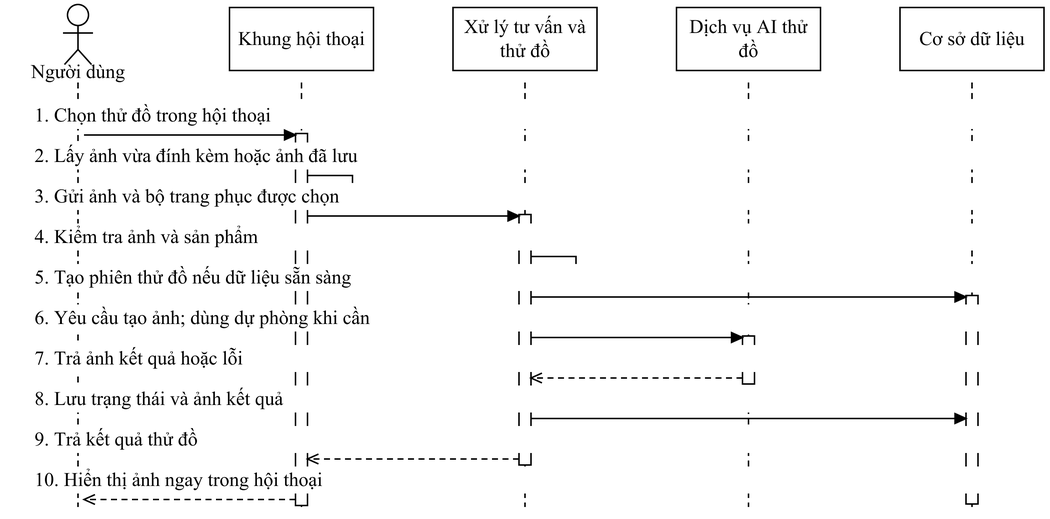
Earlier version of the draw.io export docs/do-an-LSOUL/So-do-LSOUL-rut-gon/anh-png/SEQ-22.png (Loccao102/BanHang). Source tidied: cells renumbered, new cells last; positions are measured from the earlier drawing's top-left corner, leaving out a move shared by most shapes.
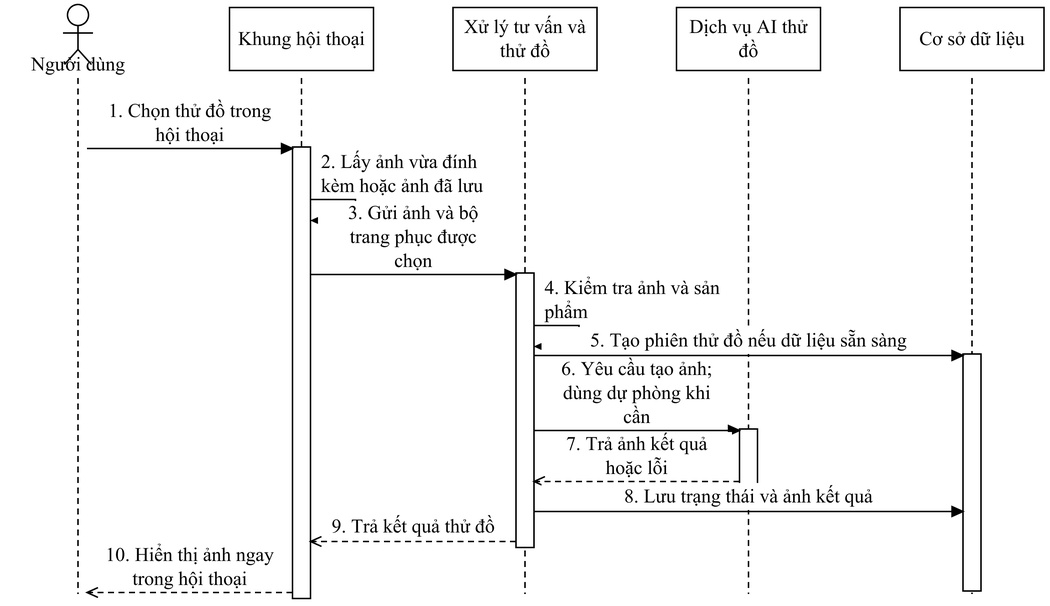
The same file after the commit.

Diff of the diagram source:
```diff
@@ -4,142 +4,142 @@
     <mxCell id="1" parent="0" />
     <mxCell id="2" style="fontFamily=Times New Roman;fontSize=13;fontColor=#000000;strokeColor=#000000;strokeWidth=1;fillColor=#FFFFFF;shadow=0;rounded=0;html=0;whiteSpace=wrap;spacing=5;endArrow=none;endFill=1;startArrow=none;dashed=1;dashPattern=4 3;" parent="1" edge="1">
       <mxGeometry relative="1" as="geometry">
-        <mxPoint x="48" y="52" as="sourcePoint" />
-        <mxPoint x="48" y="335" as="targetPoint" />
+        <mxPoint x="48" y="49" as="sourcePoint" />
+        <mxPoint x="48" y="393" as="targetPoint" />
       </mxGeometry>
     </mxCell>
     <mxCell id="3" style="fontFamily=Times New Roman;fontSize=13;fontColor=#000000;strokeColor=#000000;strokeWidth=1;fillColor=#FFFFFF;shadow=0;rounded=0;html=0;whiteSpace=wrap;spacing=5;endArrow=none;endFill=1;startArrow=none;dashed=1;dashPattern=4 3;" parent="1" edge="1">
       <mxGeometry relative="1" as="geometry">
-        <mxPoint x="197" y="52" as="sourcePoint" />
-        <mxPoint x="197" y="335" as="targetPoint" />
+        <mxPoint x="197" y="49" as="sourcePoint" />
+        <mxPoint x="197" y="393" as="targetPoint" />
       </mxGeometry>
     </mxCell>
     <mxCell id="4" style="fontFamily=Times New Roman;fontSize=13;fontColor=#000000;strokeColor=#000000;strokeWidth=1;fillColor=#FFFFFF;shadow=0;rounded=0;html=0;whiteSpace=wrap;spacing=5;endArrow=none;endFill=1;startArrow=none;dashed=1;dashPattern=4 3;" parent="1" edge="1">
       <mxGeometry relative="1" as="geometry">
-        <mxPoint x="346" y="52" as="sourcePoint" />
-        <mxPoint x="346" y="335" as="targetPoint" />
+        <mxPoint x="346" y="49" as="sourcePoint" />
+        <mxPoint x="346" y="393" as="targetPoint" />
       </mxGeometry>
     </mxCell>
     <mxCell id="5" style="fontFamily=Times New Roman;fontSize=13;fontColor=#000000;strokeColor=#000000;strokeWidth=1;fillColor=#FFFFFF;shadow=0;rounded=0;html=0;whiteSpace=wrap;spacing=5;endArrow=none;endFill=1;startArrow=none;dashed=1;dashPattern=4 3;" parent="1" edge="1">
       <mxGeometry relative="1" as="geometry">
-        <mxPoint x="495" y="52" as="sourcePoint" />
-        <mxPoint x="495" y="335" as="targetPoint" />
+        <mxPoint x="495" y="49" as="sourcePoint" />
+        <mxPoint x="495" y="393" as="targetPoint" />
       </mxGeometry>
     </mxCell>
     <mxCell id="6" style="fontFamily=Times New Roman;fontSize=13;fontColor=#000000;strokeColor=#000000;strokeWidth=1;fillColor=#FFFFFF;shadow=0;rounded=0;html=0;whiteSpace=wrap;spacing=5;endArrow=none;endFill=1;startArrow=none;dashed=1;dashPattern=4 3;" parent="1" edge="1">
       <mxGeometry relative="1" as="geometry">
-        <mxPoint x="644" y="52" as="sourcePoint" />
-        <mxPoint x="644" y="335" as="targetPoint" />
+        <mxPoint x="644" y="49" as="sourcePoint" />
+        <mxPoint x="644" y="393" as="targetPoint" />
       </mxGeometry>
     </mxCell>
     <mxCell id="7" style="fontFamily=Times New Roman;fontSize=13;fontColor=#000000;strokeColor=#000000;strokeWidth=1;fillColor=#FFFFFF;shadow=0;rounded=0;html=0;whiteSpace=wrap;spacing=5;align=center;verticalAlign=middle;" parent="1" vertex="1">
-      <mxGeometry x="491" y="221" width="8" height="32" as="geometry" />
+      <mxGeometry x="489" y="283" width="12" height="39" as="geometry" />
     </mxCell>
     <mxCell id="8" style="fontFamily=Times New Roman;fontSize=13;fontColor=#000000;strokeColor=#000000;strokeWidth=1;fillColor=#FFFFFF;shadow=0;rounded=0;html=0;whiteSpace=wrap;spacing=5;align=center;verticalAlign=middle;" parent="1" vertex="1">
-      <mxGeometry x="342" y="140" width="8" height="167" as="geometry" />
+      <mxGeometry x="340" y="179" width="12" height="183" as="geometry" />
     </mxCell>
     <mxCell id="9" style="fontFamily=Times New Roman;fontSize=13;fontColor=#000000;strokeColor=#000000;strokeWidth=1;fillColor=#FFFFFF;shadow=0;rounded=0;html=0;whiteSpace=wrap;spacing=5;align=center;verticalAlign=middle;" parent="1" vertex="1">
-      <mxGeometry x="193" y="86" width="8" height="248" as="geometry" />
+      <mxGeometry x="191" y="95" width="12" height="301" as="geometry" />
     </mxCell>
     <mxCell id="10" style="fontFamily=Times New Roman;fontSize=13;fontColor=#000000;strokeColor=#000000;strokeWidth=1;fillColor=#FFFFFF;shadow=0;rounded=0;html=0;whiteSpace=wrap;spacing=5;align=center;verticalAlign=middle;" parent="1" vertex="1">
-      <mxGeometry x="640" y="194" width="8" height="139" as="geometry" />
+      <mxGeometry x="638" y="233" width="12" height="158" as="geometry" />
     </mxCell>
-    <mxCell id="11" value="1. Chọn thử đồ trong hội thoại" style="fontFamily=Times New Roman;fontSize=13;fontColor=#000000;strokeColor=#000000;strokeWidth=1;fillColor=#FFFFFF;shadow=0;rounded=0;html=0;whiteSpace=wrap;spacing=5;text;strokeColor=none;fillColor=none;align=left;verticalAlign=middle;fillColor=#FFFFFF;" parent="1" vertex="1">
-      <mxGeometry x="14" y="65" width="664" height="18" as="geometry" />
+    <mxCell id="11" value="1. Chọn thử đồ trong&#10;hội thoại" style="fontFamily=Times New Roman;fontSize=13;fontColor=#000000;strokeColor=#000000;strokeWidth=1;fillColor=#FFFFFF;shadow=0;rounded=0;html=0;whiteSpace=wrap;spacing=5;text;strokeColor=none;fillColor=none;align=center;verticalAlign=middle;fillColor=#FFFFFF;" parent="1" vertex="1">
+      <mxGeometry x="59" y="63" width="127" height="32" as="geometry" />
     </mxCell>
     <mxCell id="12" style="fontFamily=Times New Roman;fontSize=13;fontColor=#000000;strokeColor=#000000;strokeWidth=1;fillColor=#FFFFFF;shadow=0;rounded=0;html=0;whiteSpace=wrap;spacing=5;endArrow=block;endFill=1;startArrow=none;" parent="1" edge="1">
       <mxGeometry relative="1" as="geometry">
-        <mxPoint x="52" y="87" as="sourcePoint" />
-        <mxPoint x="193" y="87" as="targetPoint" />
+        <mxPoint x="54" y="96" as="sourcePoint" />
+        <mxPoint x="191" y="96" as="targetPoint" />
       </mxGeometry>
     </mxCell>
-    <mxCell id="13" value="2. Lấy ảnh vừa đính kèm hoặc ảnh đã lưu" style="fontFamily=Times New Roman;fontSize=13;fontColor=#000000;strokeColor=#000000;strokeWidth=1;fillColor=#FFFFFF;shadow=0;rounded=0;html=0;whiteSpace=wrap;spacing=5;text;strokeColor=none;fillColor=none;align=left;verticalAlign=middle;fillColor=#FFFFFF;" parent="1" vertex="1">
-      <mxGeometry x="14" y="92" width="664" height="18" as="geometry" />
+    <mxCell id="13" value="2. Lấy ảnh vừa đính&#10;kèm hoặc ảnh đã lưu" style="fontFamily=Times New Roman;fontSize=13;fontColor=#000000;strokeColor=#000000;strokeWidth=1;fillColor=#FFFFFF;shadow=0;rounded=0;html=0;whiteSpace=wrap;spacing=5;text;strokeColor=none;fillColor=none;align=left;verticalAlign=middle;fillColor=#FFFFFF;" parent="1" vertex="1">
+      <mxGeometry x="205" y="97" width="136" height="32" as="geometry" />
     </mxCell>
     <mxCell id="14" style="fontFamily=Times New Roman;fontSize=13;fontColor=#000000;strokeColor=#000000;strokeWidth=1;fillColor=#FFFFFF;shadow=0;rounded=0;html=0;whiteSpace=wrap;spacing=5;endArrow=block;endFill=1;startArrow=none;" parent="1" edge="1">
       <mxGeometry relative="1" as="geometry">
-        <mxPoint x="201" y="114" as="sourcePoint" />
-        <mxPoint x="202" y="126" as="targetPoint" />
+        <mxPoint x="203" y="130" as="sourcePoint" />
+        <mxPoint x="204" y="144" as="targetPoint" />
         <Array as="points">
-          <mxPoint x="231" y="114" />
-          <mxPoint x="231" y="126" />
+          <mxPoint x="233" y="130" />
+          <mxPoint x="233" y="144" />
         </Array>
       </mxGeometry>
     </mxCell>
-    <mxCell id="15" value="3. Gửi ảnh và bộ trang phục được chọn" style="fontFamily=Times New Roman;fontSize=13;fontColor=#000000;strokeColor=#000000;strokeWidth=1;fillColor=#FFFFFF;shadow=0;rounded=0;html=0;whiteSpace=wrap;spacing=5;text;strokeColor=none;fillColor=none;align=left;verticalAlign=middle;fillColor=#FFFFFF;" parent="1" vertex="1">
-      <mxGeometry x="14" y="119" width="664" height="18" as="geometry" />
+    <mxCell id="15" value="3. Gửi ảnh và bộ&#10;trang phục được&#10;chọn" style="fontFamily=Times New Roman;fontSize=13;fontColor=#000000;strokeColor=#000000;strokeWidth=1;fillColor=#FFFFFF;shadow=0;rounded=0;html=0;whiteSpace=wrap;spacing=5;text;strokeColor=none;fillColor=none;align=center;verticalAlign=middle;fillColor=#FFFFFF;" parent="1" vertex="1">
+      <mxGeometry x="208" y="131" width="127" height="48" as="geometry" />
     </mxCell>
     <mxCell id="16" style="fontFamily=Times New Roman;fontSize=13;fontColor=#000000;strokeColor=#000000;strokeWidth=1;fillColor=#FFFFFF;shadow=0;rounded=0;html=0;whiteSpace=wrap;spacing=5;endArrow=block;endFill=1;startArrow=none;" parent="1" edge="1">
       <mxGeometry relative="1" as="geometry">
-        <mxPoint x="201" y="141" as="sourcePoint" />
-        <mxPoint x="342" y="141" as="targetPoint" />
+        <mxPoint x="203" y="180" as="sourcePoint" />
+        <mxPoint x="340" y="180" as="targetPoint" />
       </mxGeometry>
     </mxCell>
-    <mxCell id="17" value="4. Kiểm tra ảnh và sản phẩm" style="fontFamily=Times New Roman;fontSize=13;fontColor=#000000;strokeColor=#000000;strokeWidth=1;fillColor=#FFFFFF;shadow=0;rounded=0;html=0;whiteSpace=wrap;spacing=5;text;strokeColor=none;fillColor=none;align=left;verticalAlign=middle;fillColor=#FFFFFF;" parent="1" vertex="1">
-      <mxGeometry x="14" y="146" width="664" height="18" as="geometry" />
+    <mxCell id="17" value="4. Kiểm tra ảnh và sản&#10;phẩm" style="fontFamily=Times New Roman;fontSize=13;fontColor=#000000;strokeColor=#000000;strokeWidth=1;fillColor=#FFFFFF;shadow=0;rounded=0;html=0;whiteSpace=wrap;spacing=5;text;strokeColor=none;fillColor=none;align=left;verticalAlign=middle;fillColor=#FFFFFF;" parent="1" vertex="1">
+      <mxGeometry x="354" y="181" width="136" height="32" as="geometry" />
     </mxCell>
     <mxCell id="18" style="fontFamily=Times New Roman;fontSize=13;fontColor=#000000;strokeColor=#000000;strokeWidth=1;fillColor=#FFFFFF;shadow=0;rounded=0;html=0;whiteSpace=wrap;spacing=5;endArrow=block;endFill=1;startArrow=none;" parent="1" edge="1">
       <mxGeometry relative="1" as="geometry">
-        <mxPoint x="350" y="168" as="sourcePoint" />
-        <mxPoint x="351" y="180" as="targetPoint" />
+        <mxPoint x="352" y="214" as="sourcePoint" />
+        <mxPoint x="353" y="228" as="targetPoint" />
         <Array as="points">
-          <mxPoint x="380" y="168" />
-          <mxPoint x="380" y="180" />
+          <mxPoint x="382" y="214" />
+          <mxPoint x="382" y="228" />
         </Array>
       </mxGeometry>
     </mxCell>
-    <mxCell id="19" value="5. Tạo phiên thử đồ nếu dữ liệu sẵn sàng" style="fontFamily=Times New Roman;fontSize=13;fontColor=#000000;strokeColor=#000000;strokeWidth=1;fillColor=#FFFFFF;shadow=0;rounded=0;html=0;whiteSpace=wrap;spacing=5;text;strokeColor=none;fillColor=none;align=left;verticalAlign=middle;fillColor=#FFFFFF;" parent="1" vertex="1">
-      <mxGeometry x="14" y="173" width="664" height="18" as="geometry" />
+    <mxCell id="19" value="5. Tạo phiên thử đồ nếu dữ liệu sẵn sàng" style="fontFamily=Times New Roman;fontSize=13;fontColor=#000000;strokeColor=#000000;strokeWidth=1;fillColor=#FFFFFF;shadow=0;rounded=0;html=0;whiteSpace=wrap;spacing=5;text;strokeColor=none;fillColor=none;align=center;verticalAlign=middle;fillColor=#FFFFFF;" parent="1" vertex="1">
+      <mxGeometry x="357" y="215" width="276" height="18" as="geometry" />
     </mxCell>
     <mxCell id="20" style="fontFamily=Times New Roman;fontSize=13;fontColor=#000000;strokeColor=#000000;strokeWidth=1;fillColor=#FFFFFF;shadow=0;rounded=0;html=0;whiteSpace=wrap;spacing=5;endArrow=block;endFill=1;startArrow=none;" parent="1" edge="1">
       <mxGeometry relative="1" as="geometry">
-        <mxPoint x="350" y="195" as="sourcePoint" />
-        <mxPoint x="640" y="195" as="targetPoint" />
+        <mxPoint x="352" y="234" as="sourcePoint" />
+        <mxPoint x="638" y="234" as="targetPoint" />
       </mxGeometry>
     </mxCell>
-    <mxCell id="21" value="6. Yêu cầu tạo ảnh; dùng dự phòng khi cần" style="fontFamily=Times New Roman;fontSize=13;fontColor=#000000;strokeColor=#000000;strokeWidth=1;fillColor=#FFFFFF;shadow=0;rounded=0;html=0;whiteSpace=wrap;spacing=5;text;strokeColor=none;fillColor=none;align=left;verticalAlign=middle;fillColor=#FFFFFF;" parent="1" vertex="1">
-      <mxGeometry x="14" y="200" width="664" height="18" as="geometry" />
+    <mxCell id="21" value="6. Yêu cầu tạo ảnh;&#10;dùng dự phòng khi&#10;cần" style="fontFamily=Times New Roman;fontSize=13;fontColor=#000000;strokeColor=#000000;strokeWidth=1;fillColor=#FFFFFF;shadow=0;rounded=0;html=0;whiteSpace=wrap;spacing=5;text;strokeColor=none;fillColor=none;align=center;verticalAlign=middle;fillColor=#FFFFFF;" parent="1" vertex="1">
+      <mxGeometry x="357" y="235" width="127" height="48" as="geometry" />
     </mxCell>
     <mxCell id="22" style="fontFamily=Times New Roman;fontSize=13;fontColor=#000000;strokeColor=#000000;strokeWidth=1;fillColor=#FFFFFF;shadow=0;rounded=0;html=0;whiteSpace=wrap;spacing=5;endArrow=block;endFill=1;startArrow=none;" parent="1" edge="1">
       <mxGeometry relative="1" as="geometry">
-        <mxPoint x="350" y="222" as="sourcePoint" />
-        <mxPoint x="491" y="222" as="targetPoint" />
+        <mxPoint x="352" y="284" as="sourcePoint" />
+        <mxPoint x="489" y="284" as="targetPoint" />
       </mxGeometry>
     </mxCell>
-    <mxCell id="23" value="7. Trả ảnh kết quả hoặc lỗi" style="fontFamily=Times New Roman;fontSize=13;fontColor=#000000;strokeColor=#000000;strokeWidth=1;fillColor=#FFFFFF;shadow=0;rounded=0;html=0;whiteSpace=wrap;spacing=5;text;strokeColor=none;fillColor=none;align=left;verticalAlign=middle;fillColor=#FFFFFF;" parent="1" vertex="1">
-      <mxGeometry x="14" y="227" width="664" height="18" as="geometry" />
+    <mxCell id="23" value="7. Trả ảnh kết quả&#10;hoặc lỗi" style="fontFamily=Times New Roman;fontSize=13;fontColor=#000000;strokeColor=#000000;strokeWidth=1;fillColor=#FFFFFF;shadow=0;rounded=0;html=0;whiteSpace=wrap;spacing=5;text;strokeColor=none;fillColor=none;align=center;verticalAlign=middle;fillColor=#FFFFFF;" parent="1" vertex="1">
+      <mxGeometry x="357" y="285" width="127" height="32" as="geometry" />
     </mxCell>
     <mxCell id="24" style="fontFamily=Times New Roman;fontSize=13;fontColor=#000000;strokeColor=#000000;strokeWidth=1;fillColor=#FFFFFF;shadow=0;rounded=0;html=0;whiteSpace=wrap;spacing=5;endArrow=open;endFill=1;startArrow=none;dashed=1;dashPattern=4 3;" parent="1" edge="1">
       <mxGeometry relative="1" as="geometry">
-        <mxPoint x="491" y="249" as="sourcePoint" />
-        <mxPoint x="350" y="249" as="targetPoint" />
+        <mxPoint x="489" y="318" as="sourcePoint" />
+        <mxPoint x="352" y="318" as="targetPoint" />
       </mxGeometry>
     </mxCell>
-    <mxCell id="25" value="8. Lưu trạng thái và ảnh kết quả" style="fontFamily=Times New Roman;fontSize=13;fontColor=#000000;strokeColor=#000000;strokeWidth=1;fillColor=#FFFFFF;shadow=0;rounded=0;html=0;whiteSpace=wrap;spacing=5;text;strokeColor=none;fillColor=none;align=left;verticalAlign=middle;fillColor=#FFFFFF;" parent="1" vertex="1">
-      <mxGeometry x="14" y="254" width="664" height="18" as="geometry" />
+    <mxCell id="25" value="8. Lưu trạng thái và ảnh kết quả" style="fontFamily=Times New Roman;fontSize=13;fontColor=#000000;strokeColor=#000000;strokeWidth=1;fillColor=#FFFFFF;shadow=0;rounded=0;html=0;whiteSpace=wrap;spacing=5;text;strokeColor=none;fillColor=none;align=center;verticalAlign=middle;fillColor=#FFFFFF;" parent="1" vertex="1">
+      <mxGeometry x="357" y="319" width="276" height="18" as="geometry" />
     </mxCell>
     <mxCell id="26" style="fontFamily=Times New Roman;fontSize=13;fontColor=#000000;strokeColor=#000000;strokeWidth=1;fillColor=#FFFFFF;shadow=0;rounded=0;html=0;whiteSpace=wrap;spacing=5;endArrow=block;endFill=1;startArrow=none;" parent="1" edge="1">
       <mxGeometry relative="1" as="geometry">
-        <mxPoint x="350" y="276" as="sourcePoint" />
-        <mxPoint x="640" y="276" as="targetPoint" />
+        <mxPoint x="352" y="338" as="sourcePoint" />
+        <mxPoint x="638" y="338" as="targetPoint" />
       </mxGeometry>
     </mxCell>
-    <mxCell id="27" value="9. Trả kết quả thử đồ" style="fontFamily=Times New Roman;fontSize=13;fontColor=#000000;strokeColor=#000000;strokeWidth=1;fillColor=#FFFFFF;shadow=0;rounded=0;html=0;whiteSpace=wrap;spacing=5;text;strokeColor=none;fillColor=none;align=left;verticalAlign=middle;fillColor=#FFFFFF;" parent="1" vertex="1">
-      <mxGeometry x="14" y="281" width="664" height="18" as="geometry" />
+    <mxCell id="27" value="9. Trả kết quả thử đồ" style="fontFamily=Times New Roman;fontSize=13;fontColor=#000000;strokeColor=#000000;strokeWidth=1;fillColor=#FFFFFF;shadow=0;rounded=0;html=0;whiteSpace=wrap;spacing=5;text;strokeColor=none;fillColor=none;align=center;verticalAlign=middle;fillColor=#FFFFFF;" parent="1" vertex="1">
+      <mxGeometry x="208" y="339" width="127" height="18" as="geometry" />
     </mxCell>
     <mxCell id="28" style="fontFamily=Times New Roman;fontSize=13;fontColor=#000000;strokeColor=#000000;strokeWidth=1;fillColor=#FFFFFF;shadow=0;rounded=0;html=0;whiteSpace=wrap;spacing=5;endArrow=open;endFill=1;startArrow=none;dashed=1;dashPattern=4 3;" parent="1" edge="1">
       <mxGeometry relative="1" as="geometry">
-        <mxPoint x="342" y="303" as="sourcePoint" />
-        <mxPoint x="201" y="303" as="targetPoint" />
+        <mxPoint x="340" y="358" as="sourcePoint" />
+        <mxPoint x="203" y="358" as="targetPoint" />
       </mxGeometry>
     </mxCell>
-    <mxCell id="29" value="10. Hiển thị ảnh ngay trong hội thoại" style="fontFamily=Times New Roman;fontSize=13;fontColor=#000000;strokeColor=#000000;strokeWidth=1;fillColor=#FFFFFF;shadow=0;rounded=0;html=0;whiteSpace=wrap;spacing=5;text;strokeColor=none;fillColor=none;align=left;verticalAlign=middle;fillColor=#FFFFFF;" parent="1" vertex="1">
-      <mxGeometry x="14" y="308" width="664" height="18" as="geometry" />
+    <mxCell id="29" value="10. Hiển thị ảnh ngay&#10;trong hội thoại" style="fontFamily=Times New Roman;fontSize=13;fontColor=#000000;strokeColor=#000000;strokeWidth=1;fillColor=#FFFFFF;shadow=0;rounded=0;html=0;whiteSpace=wrap;spacing=5;text;strokeColor=none;fillColor=none;align=center;verticalAlign=middle;fillColor=#FFFFFF;" parent="1" vertex="1">
+      <mxGeometry x="59" y="359" width="127" height="32" as="geometry" />
     </mxCell>
     <mxCell id="30" style="fontFamily=Times New Roman;fontSize=13;fontColor=#000000;strokeColor=#000000;strokeWidth=1;fillColor=#FFFFFF;shadow=0;rounded=0;html=0;whiteSpace=wrap;spacing=5;endArrow=open;endFill=1;startArrow=none;dashed=1;dashPattern=4 3;" parent="1" edge="1">
       <mxGeometry relative="1" as="geometry">
-        <mxPoint x="193" y="330" as="sourcePoint" />
-        <mxPoint x="52" y="330" as="targetPoint" />
+        <mxPoint x="191" y="392" as="sourcePoint" />
+        <mxPoint x="54" y="392" as="targetPoint" />
       </mxGeometry>
     </mxCell>
     <mxCell id="31" style="fontFamily=Times New Roman;fontSize=13;fontColor=#000000;strokeColor=#000000;strokeWidth=1;fillColor=#FFFFFF;shadow=0;rounded=0;html=0;whiteSpace=wrap;spacing=5;ellipse;perimeter=ellipsePerimeter;align=center;verticalAlign=middle;" parent="1" vertex="1">
@@ -170,7 +170,7 @@
       </mxGeometry>
     </mxCell>
     <mxCell id="36" value="Người dùng" style="fontFamily=Times New Roman;fontSize=13;fontColor=#000000;strokeColor=#000000;strokeWidth=1;fillColor=#FFFFFF;shadow=0;rounded=0;html=0;whiteSpace=wrap;spacing=5;text;strokeColor=none;fillColor=none;align=center;verticalAlign=middle;" parent="1" vertex="1">
-      <mxGeometry y="37" width="96" height="16" as="geometry" />
+      <mxGeometry y="32" width="96" height="16" as="geometry" />
     </mxCell>
     <mxCell id="37" value="Khung hội thoại" style="fontFamily=Times New Roman;fontSize=13;fontColor=#000000;strokeColor=#000000;strokeWidth=1;fillColor=#FFFFFF;shadow=0;rounded=0;html=0;whiteSpace=wrap;spacing=5;align=center;verticalAlign=middle;" parent="1" vertex="1">
       <mxGeometry x="149" y="2" width="96" height="42" as="geometry" />
```
